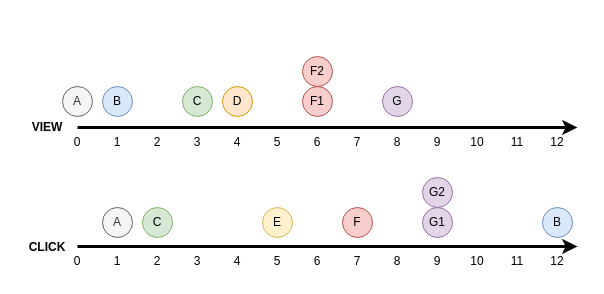
Above: drawio/kafka/kafka-streams-join-2.drawio in windowforsun/blog (draw.io), before the change. Source tidied: cells renumbered, new cells numbered last; positions are measured from the earlier drawing's top-left corner, leaving out a move shared by most shapes. Both pictures are drawn from the tidied source at 100%, with x=0, y=0 at pixel (17, 56).
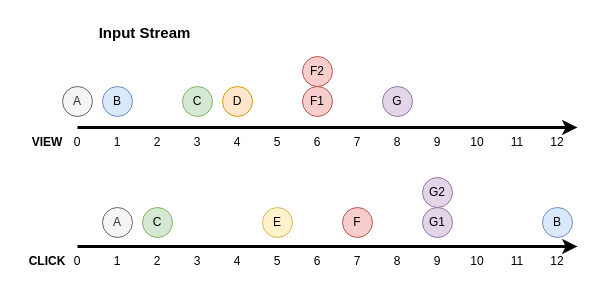
Above is the later version.

What changed in the source:
```diff
@@
     <mxCell id="3" value="&lt;b&gt;VIEW&lt;/b&gt;" style="text;html=1;align=center;verticalAlign=middle;whiteSpace=wrap;rounded=0;" parent="1" vertex="1">
-      <mxGeometry y="56" width="60" height="30" as="geometry" />
+      <mxGeometry y="71" width="60" height="30" as="geometry" />
     </mxCell>
     <mxCell id="4" value="&lt;b&gt;CLICK&lt;/b&gt;" style="text;html=1;align=center;verticalAlign=middle;whiteSpace=wrap;rounded=0;" parent="1" vertex="1">
-      <mxGeometry y="176" width="60" height="30" as="geometry" />
+      <mxGeometry y="190" width="60" height="30" as="geometry" />
     </mxCell>
@@
+    <mxCell id="46" value="&lt;b&gt;&lt;font style=&quot;font-size: 15px;&quot;&gt;Input Stream&lt;/font&gt;&lt;/b&gt;" style="text;html=1;align=center;verticalAlign=middle;whiteSpace=wrap;rounded=0;labelPosition=center;verticalLabelPosition=middle;" parent="1" vertex="1">
+      <mxGeometry x="20" y="-39" width="215" height="30" as="geometry" />
+    </mxCell>
```
